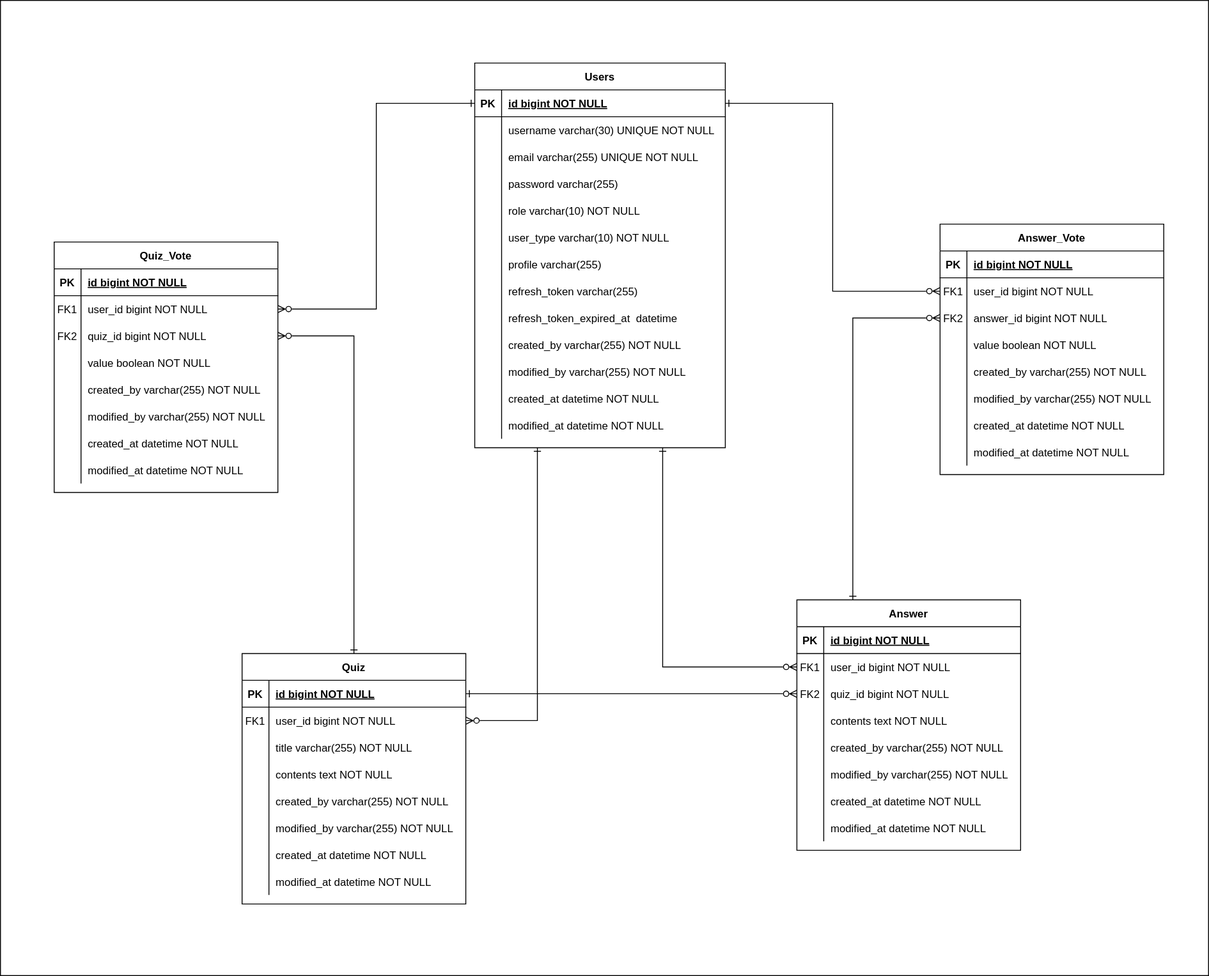
leesh5000/Quiz-Moa-BE keeps this draw.io diagram as document/erd.svg. Above is the earlier version. Source tidied: cells renumbered, new cells last; positions are measured from the earlier drawing's top-left corner, leaving out a move shared by most shapes.
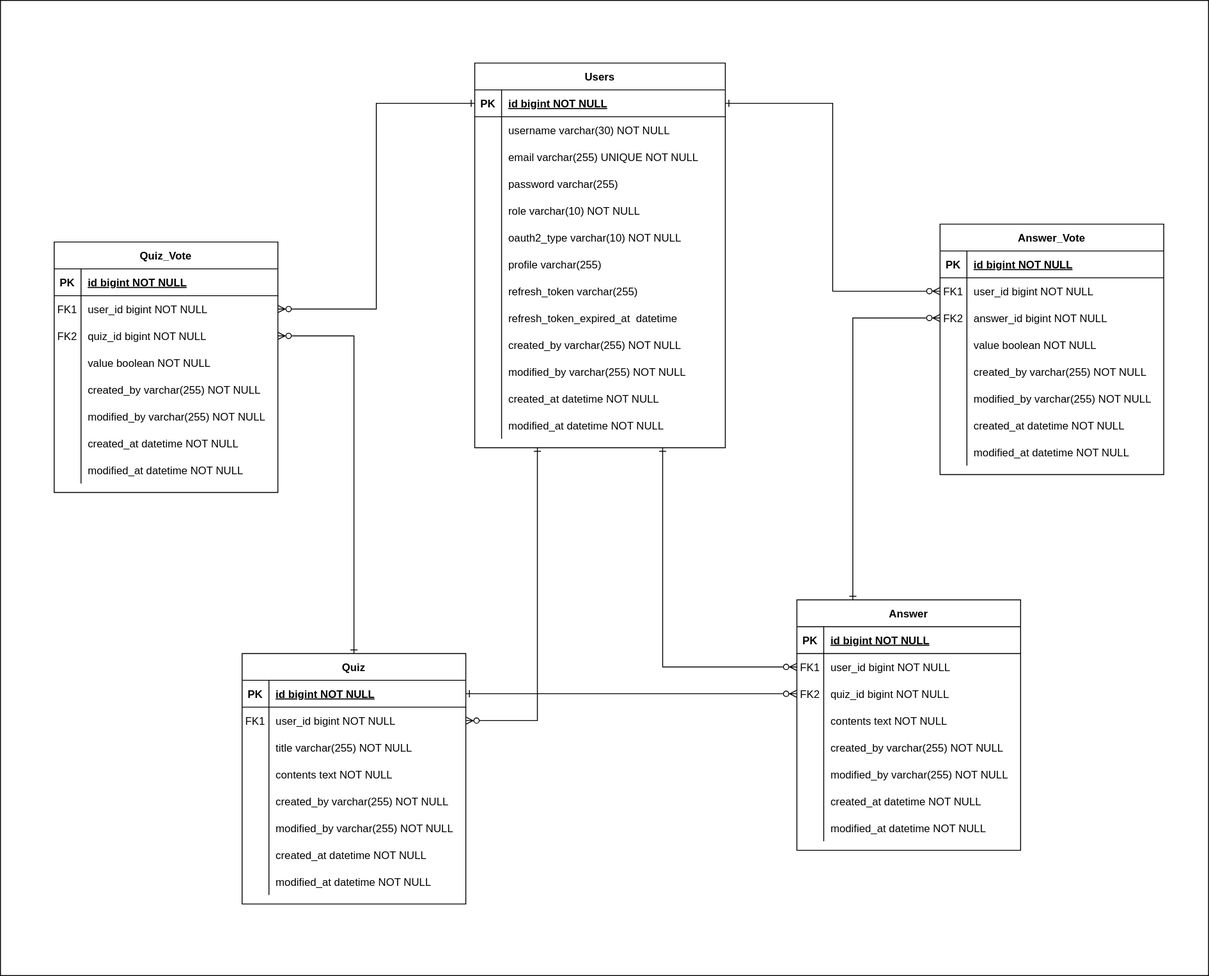
After the commit.

The edit, as a diff of the source:
```diff
@@ -173,7 +173,7 @@
     <mxCell id="58" style="shape=partialRectangle;overflow=hidden;fillColor=none;top=0;left=0;bottom=0;right=0;" parent="57" vertex="1">
       <mxGeometry width="30" height="30" as="geometry" />
     </mxCell>
-    <mxCell id="59" value="username varchar(30) UNIQUE NOT NULL" style="shape=partialRectangle;overflow=hidden;fillColor=none;top=0;left=0;bottom=0;right=0;align=left;spacingLeft=6;" parent="57" vertex="1">
+    <mxCell id="59" value="username varchar(30) NOT NULL" style="shape=partialRectangle;overflow=hidden;fillColor=none;top=0;left=0;bottom=0;right=0;align=left;spacingLeft=6;" parent="57" vertex="1">
       <mxGeometry x="30" width="250" height="30" as="geometry" />
     </mxCell>
     <mxCell id="60" style="shape=partialRectangle;fillColor=none;top=0;left=0;right=0;bottom=0;" parent="53" vertex="1">
@@ -209,7 +209,7 @@
     <mxCell id="70" style="shape=partialRectangle;overflow=hidden;fillColor=none;top=0;left=0;bottom=0;right=0;" parent="69" vertex="1">
       <mxGeometry width="30" height="30" as="geometry" />
     </mxCell>
-    <mxCell id="71" value="user_type varchar(10) NOT NULL" style="shape=partialRectangle;overflow=hidden;fillColor=none;top=0;left=0;bottom=0;right=0;align=left;spacingLeft=6;" parent="69" vertex="1">
+    <mxCell id="71" value="oauth2_type varchar(10) NOT NULL" style="shape=partialRectangle;overflow=hidden;fillColor=none;top=0;left=0;bottom=0;right=0;align=left;spacingLeft=6;" parent="69" vertex="1">
       <mxGeometry x="30" width="250" height="30" as="geometry" />
     </mxCell>
     <mxCell id="72" style="shape=partialRectangle;fillColor=none;top=0;left=0;right=0;bottom=0;" parent="53" vertex="1">
```
